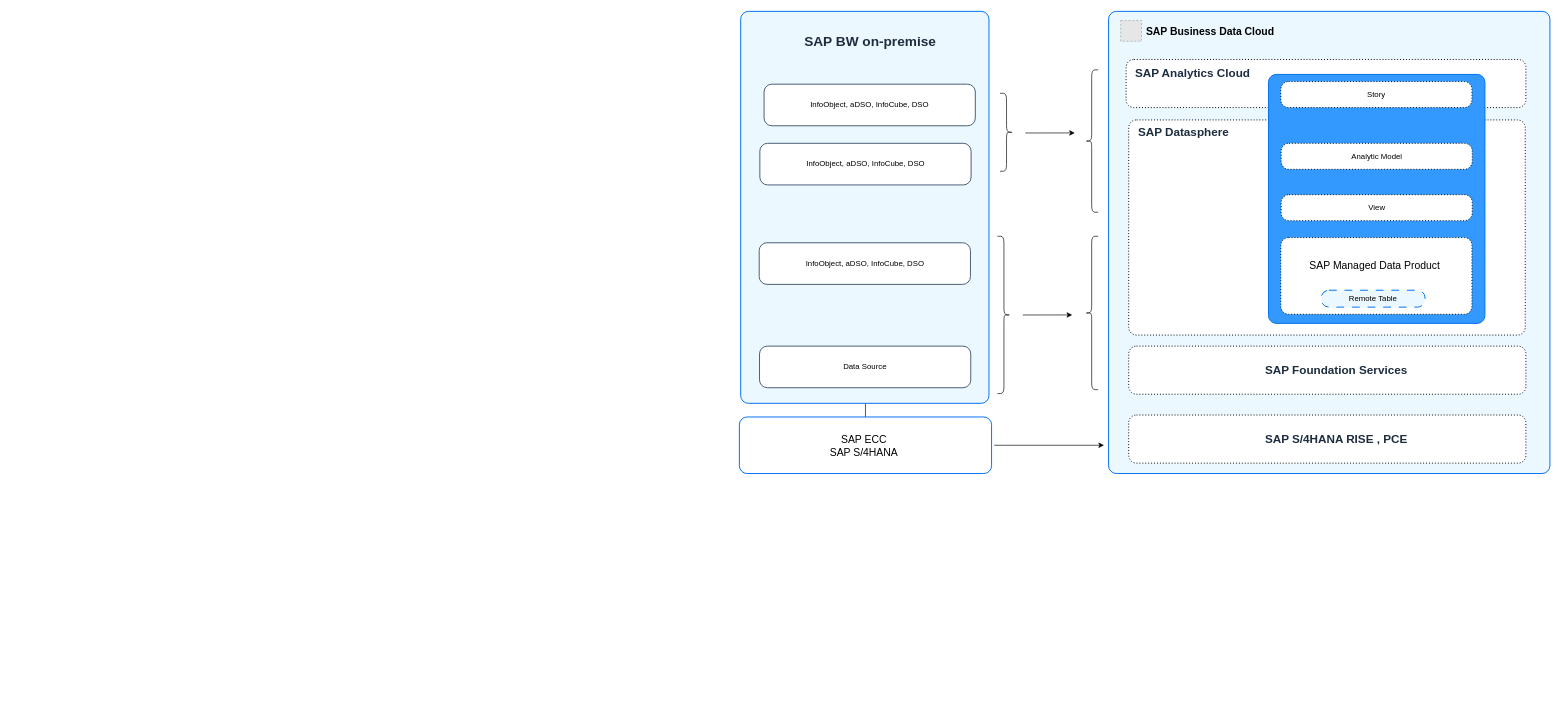
Before: docs/ref-arch/RA0013/4-modernizing-sap-bw-with-sap-bdc/drawio/bw-approach-3.drawio in SAP/architecture-center, a draw.io diagram. Source tidied: cells renumbered, new cells numbered last; positions are measured from the earlier drawing's top-left corner, leaving out a move shared by most shapes. Both pictures are drawn from the tidied source at 65%, with x=0, y=0 at pixel (739, 11). Pictures stored in the file or linked from it are replaced by grey dashed boxes.
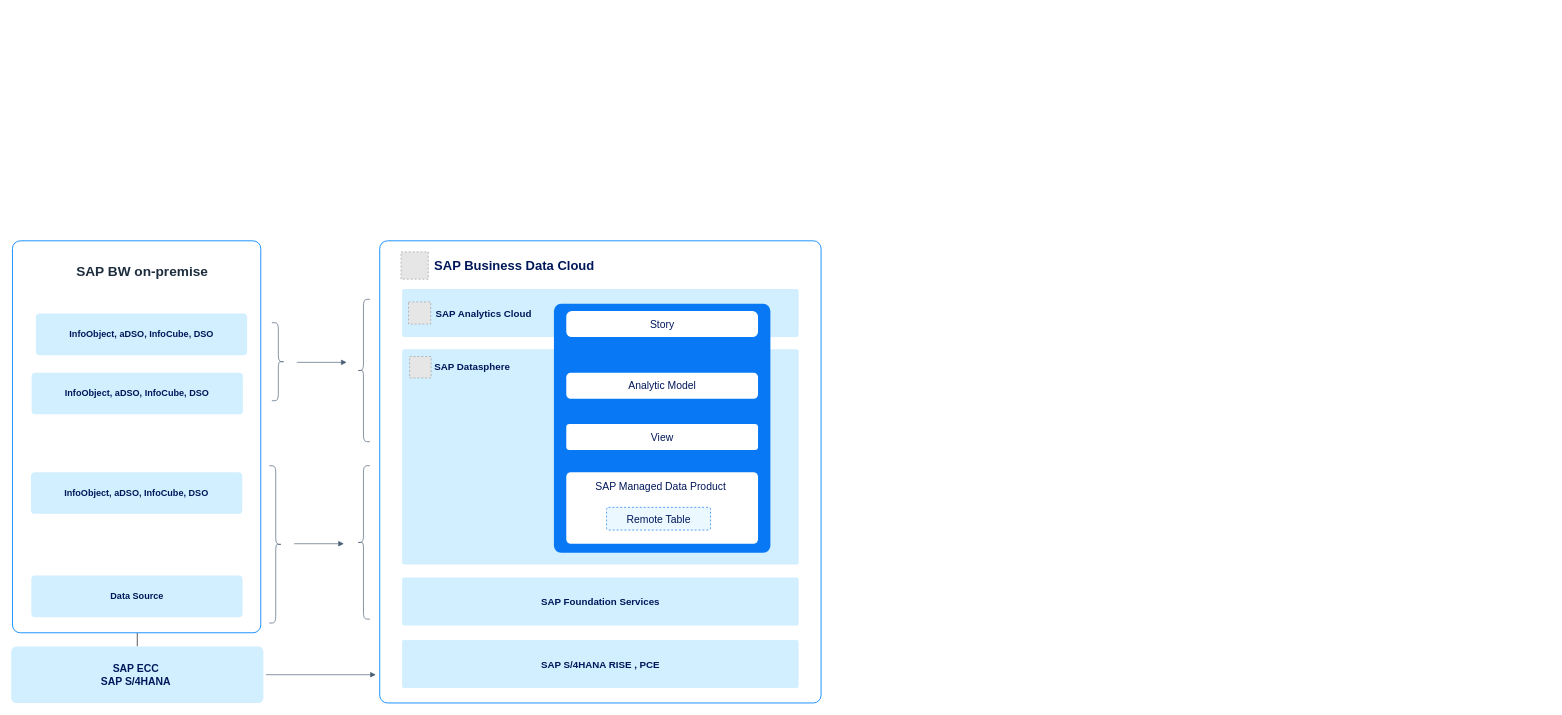
The same diagram, later.

Diff of the diagram source:
```diff
@@
-    <mxCell id="2" style="rounded=1;whiteSpace=wrap;html=1;strokeColor=#0070F2;fillColor=#EBF8FF;arcSize=24;absoluteArcSize=1;imageWidth=64;imageHeight=64;strokeWidth=1.5;" parent="1" vertex="1">
-      <mxGeometry x="568" width="679" height="711" as="geometry" />
+    <mxCell id="2" style="rounded=1;whiteSpace=wrap;html=1;strokeColor=#1B91FF;fillColor=#FFFFFF;arcSize=24;absoluteArcSize=1;imageWidth=64;imageHeight=64;strokeWidth=1.5;" parent="1" vertex="1">
+      <mxGeometry x="-553.3" y="353" width="679" height="711" as="geometry" />
     </mxCell>
@@
-    <mxCell id="4" style="edgeStyle=orthogonalEdgeStyle;rounded=0;orthogonalLoop=1;jettySize=auto;html=1;" parent="1" edge="1">
+    <mxCell id="4" style="edgeStyle=orthogonalEdgeStyle;rounded=0;orthogonalLoop=1;jettySize=auto;html=1;strokeColor=light-dark(#475E74,#EDEDED);strokeWidth=1;align=center;verticalAlign=middle;fontFamily=Helvetica;fontSize=11;fontColor=default;labelBackgroundColor=default;startFill=0;endArrow=block;endFill=1;" parent="1" edge="1">
       <mxGeometry relative="1" as="geometry">
-        <mxPoint x="392" y="667.5" as="sourcePoint" />
-        <mxPoint x="561" y="667.5" as="targetPoint" />
+        <mxPoint x="-728.3" y="1020.5" as="sourcePoint" />
+        <mxPoint x="-559.3" y="1020.5" as="targetPoint" />
       </mxGeometry>
     </mxCell>
-    <mxCell id="5" value="&lt;font size=&quot;3&quot;&gt;SAP ECC&amp;nbsp;&lt;/font&gt;&lt;div&gt;&lt;font size=&quot;3&quot;&gt;SAP S/4HANA&amp;nbsp;&lt;/font&gt;&lt;/div&gt;" style="rounded=1;whiteSpace=wrap;html=1;strokeColor=#0070F2;fillColor=#ffffff;arcSize=24;absoluteArcSize=1;imageWidth=64;imageHeight=64;strokeWidth=1.5;" parent="1" vertex="1">
-      <mxGeometry y="624" width="388" height="87" as="geometry" />
+    <mxCell id="5" value="&lt;font size=&quot;3&quot;&gt;SAP ECC&amp;nbsp;&lt;/font&gt;&lt;div&gt;&lt;font size=&quot;3&quot;&gt;SAP S/4HANA&amp;nbsp;&lt;/font&gt;&lt;/div&gt;" style="rounded=1;whiteSpace=wrap;html=1;strokeColor=none;fillColor=#D1EFFF;arcSize=16;absoluteArcSize=1;imageWidth=64;imageHeight=64;strokeWidth=1.5;align=center;verticalAlign=middle;spacingTop=0;spacing=0;fontFamily=Arial;fontSize=13;fontColor=light-dark(#00185A,#C5D9FF);fontStyle=1;gradientColor=none;" parent="1" vertex="1">
+      <mxGeometry x="-1120.3" y="977" width="388" height="87" as="geometry" />
     </mxCell>
-    <mxCell id="6" style="rounded=1;whiteSpace=wrap;html=1;arcSize=24;absoluteArcSize=1;imageWidth=64;imageHeight=64;strokeWidth=1.5;dashed=1;dashPattern=1 2;" parent="1" vertex="1">
-      <mxGeometry x="595" y="74" width="615" height="74" as="geometry" />
+    <mxCell id="6" style="rounded=1;whiteSpace=wrap;html=1;arcSize=6;absoluteArcSize=1;imageWidth=64;imageHeight=64;strokeWidth=1.5;dashed=1;dashPattern=1 2;align=center;verticalAlign=top;spacingTop=0;spacing=0;fontFamily=Arial;fontSize=13;fontColor=#00185A;fontStyle=1;fillColor=#D1EFFF;gradientColor=none;strokeColor=none;" parent="1" vertex="1">
+      <mxGeometry x="-518.8" y="427" width="610" height="74" as="geometry" />
     </mxCell>
-    <mxCell id="7" value="&lt;font face=&quot;arial&quot; style=&quot;font-size: 18px;&quot;&gt;&lt;b style=&quot;&quot;&gt;SAP Analytics Cloud&lt;/b&gt;&lt;/font&gt;" style="text;html=1;align=center;verticalAlign=middle;strokeColor=none;fillColor=none;fontSize=12;fontColor=#1D2D3E;fontFamily=Helvetica;" parent="1" vertex="1">
-      <mxGeometry x="599" y="78" width="195" height="34" as="geometry" />
-    </mxCell>
-    <mxCell id="8" style="rounded=1;whiteSpace=wrap;html=1;arcSize=24;absoluteArcSize=1;imageWidth=64;imageHeight=64;strokeWidth=1.5;dashed=1;dashPattern=1 2;" parent="1" vertex="1">
-      <mxGeometry x="599" y="167" width="610" height="331" as="geometry" />
+    <mxCell id="8" style="rounded=1;whiteSpace=wrap;html=1;arcSize=6;absoluteArcSize=1;imageWidth=64;imageHeight=64;strokeWidth=1.5;dashed=1;dashPattern=1 2;align=center;verticalAlign=top;spacingTop=0;spacing=0;fontFamily=Arial;fontSize=13;fontColor=#00185A;fontStyle=1;fillColor=#D1EFFF;gradientColor=none;strokeColor=none;" parent="1" vertex="1">
+      <mxGeometry x="-518.8" y="520" width="610" height="331" as="geometry" />
     </mxCell>
-    <mxCell id="9" value="&lt;font face=&quot;arial&quot; style=&quot;font-size: 18px;&quot;&gt;&lt;b style=&quot;&quot;&gt;SAP Datasphere&lt;/b&gt;&lt;/font&gt;" style="text;html=1;align=center;verticalAlign=middle;strokeColor=none;fillColor=none;fontSize=12;fontColor=#1D2D3E;fontFamily=Helvetica;" parent="1" vertex="1">
-      <mxGeometry x="604" y="169" width="158" height="34" as="geometry" />
-    </mxCell>
-    <mxCell id="10" style="rounded=1;whiteSpace=wrap;html=1;arcSize=24;absoluteArcSize=1;imageWidth=64;imageHeight=64;strokeWidth=1.5;dashed=1;dashPattern=1 2;" parent="1" vertex="1">
-      <mxGeometry x="599" y="515" width="611" height="74" as="geometry" />
+    <mxCell id="10" style="rounded=1;whiteSpace=wrap;html=1;arcSize=6;absoluteArcSize=1;imageWidth=64;imageHeight=64;strokeWidth=1.5;dashed=1;dashPattern=1 2;align=center;verticalAlign=top;spacingTop=0;spacing=0;fontFamily=Arial;fontSize=13;fontColor=#00185A;fontStyle=1;fillColor=#D1EFFF;gradientColor=none;strokeColor=none;" parent="1" vertex="1">
+      <mxGeometry x="-518.8" y="871" width="610" height="74" as="geometry" />
     </mxCell>
-    <mxCell id="11" style="rounded=1;whiteSpace=wrap;html=1;arcSize=24;absoluteArcSize=1;imageWidth=64;imageHeight=64;strokeWidth=1.5;dashed=1;dashPattern=1 2;" parent="1" vertex="1">
-      <mxGeometry x="599" y="621" width="611" height="74" as="geometry" />
+    <mxCell id="11" style="rounded=1;whiteSpace=wrap;html=1;arcSize=6;absoluteArcSize=1;imageWidth=64;imageHeight=64;strokeWidth=1.5;dashed=1;dashPattern=1 2;align=center;verticalAlign=top;spacingTop=0;spacing=0;fontFamily=Arial;fontSize=13;fontColor=#00185A;fontStyle=1;fillColor=#D1EFFF;gradientColor=none;strokeColor=none;" parent="1" vertex="1">
+      <mxGeometry x="-518.8" y="967" width="610" height="74" as="geometry" />
     </mxCell>
-    <mxCell id="12" value="&lt;font face=&quot;arial&quot; style=&quot;font-size: 18px;&quot;&gt;&lt;b style=&quot;&quot;&gt;SAP Foundation Services&lt;/b&gt;&lt;/font&gt;" style="text;html=1;align=center;verticalAlign=middle;strokeColor=none;fillColor=none;fontSize=12;fontColor=#1D2D3E;fontFamily=Helvetica;" parent="1" vertex="1">
-      <mxGeometry x="799" y="535" width="237" height="34" as="geometry" />
+    <mxCell id="12" value="&lt;font face=&quot;arial&quot;&gt;&lt;b&gt;SAP Foundation Services&lt;/b&gt;&lt;/font&gt;" style="text;html=1;align=center;verticalAlign=middle;strokeColor=none;fillColor=none;fontSize=15;fontColor=light-dark(#00185A,#C5D9FF);fontFamily=Helvetica;" parent="1" vertex="1">
+      <mxGeometry x="-313.8" y="893" width="200" height="30" as="geometry" />
     </mxCell>
-    <mxCell id="13" value="&lt;font face=&quot;arial&quot; style=&quot;font-size: 18px;&quot;&gt;&lt;b style=&quot;&quot;&gt;SAP S/4HANA RISE , PCE&lt;/b&gt;&lt;/font&gt;" style="text;html=1;align=center;verticalAlign=middle;strokeColor=none;fillColor=none;fontSize=12;fontColor=#1D2D3E;fontFamily=Helvetica;" parent="1" vertex="1">
-      <mxGeometry x="799" y="641" width="237" height="34" as="geometry" />
+    <mxCell id="13" value="&lt;font face=&quot;arial&quot;&gt;&lt;b&gt;SAP S/4HANA RISE , PCE&lt;/b&gt;&lt;/font&gt;" style="text;html=1;align=center;verticalAlign=middle;strokeColor=none;fillColor=none;fontSize=15;fontColor=light-dark(#00185A,#C5D9FF);fontFamily=Helvetica;" parent="1" vertex="1">
+      <mxGeometry x="-314.3" y="989" width="201" height="30" as="geometry" />
     </mxCell>
-    <mxCell id="14" style="rounded=1;whiteSpace=wrap;html=1;strokeColor=#0070F2;fillColor=#3399FF;arcSize=24;absoluteArcSize=1;imageWidth=64;imageHeight=64;strokeWidth=1.5;" parent="1" vertex="1">
-      <mxGeometry x="814" y="97" width="333" height="383" as="geometry" />
+    <mxCell id="14" style="rounded=1;whiteSpace=wrap;html=1;strokeColor=none;fillColor=light-dark(#0878f5, #0d3c56);arcSize=22;absoluteArcSize=1;imageWidth=64;imageHeight=64;strokeWidth=1.5;align=center;verticalAlign=middle;spacingLeft=13;spacingTop=11;spacing=0;fontFamily=Arial;fontSize=13;fontColor=#FFFFFF;fontStyle=1;gradientColor=none;" parent="1" vertex="1">
+      <mxGeometry x="-285.3" y="450" width="333" height="383" as="geometry" />
     </mxCell>
-    <mxCell id="15" value="&lt;font style=&quot;font-size: 16px;&quot;&gt;SAP Managed Data Product&amp;nbsp;&lt;/font&gt;&lt;div&gt;&lt;font style=&quot;font-size: 13px;&quot;&gt;&lt;br&gt;&lt;/font&gt;&lt;/div&gt;&lt;div&gt;&lt;font style=&quot;font-size: 13px;&quot;&gt;&lt;br&gt;&lt;/font&gt;&lt;/div&gt;" style="rounded=1;whiteSpace=wrap;html=1;arcSize=24;absoluteArcSize=1;imageWidth=64;imageHeight=64;strokeWidth=1.5;dashed=1;dashPattern=1 2;" parent="1" vertex="1">
-      <mxGeometry x="833" y="348" width="294" height="118" as="geometry" />
+    <mxCell id="15" value="&lt;font style=&quot;font-size: 16px;&quot;&gt;SAP Managed Data Product&amp;nbsp;&lt;/font&gt;&lt;div&gt;&lt;font style=&quot;font-size: 13px;&quot;&gt;&lt;br&gt;&lt;/font&gt;&lt;/div&gt;&lt;div&gt;&lt;font style=&quot;font-size: 13px;&quot;&gt;&lt;br&gt;&lt;/font&gt;&lt;/div&gt;" style="rounded=1;whiteSpace=wrap;html=1;arcSize=14;absoluteArcSize=1;imageWidth=64;imageHeight=64;strokeWidth=1.5;dashed=1;dashPattern=1 2;strokeColor=none;verticalAlign=top;spacingTop=6;fontColor=light-dark(#00185A,#C5D9FF);" parent="1" vertex="1">
+      <mxGeometry x="-266.3" y="709" width="295" height="110" as="geometry" />
     </mxCell>
-    <mxCell id="16" value="Remote Table" style="rounded=1;whiteSpace=wrap;html=1;strokeColor=#0070F2;fillColor=#EBF8FF;arcSize=24;absoluteArcSize=1;imageWidth=64;imageHeight=64;strokeWidth=1.5;dashed=1;dashPattern=8 8;" parent="1" vertex="1">
-      <mxGeometry x="895" y="429" width="160" height="26" as="geometry" />
+    <mxCell id="16" value="Remote Table" style="rounded=1;whiteSpace=wrap;html=1;strokeColor=#0070F2;fillColor=#EBF8FF;arcSize=6;absoluteArcSize=1;imageWidth=64;imageHeight=64;strokeWidth=1;dashed=1;fontColor=light-dark(#00185A,#C5D9FF);fontSize=16;" parent="1" vertex="1">
+      <mxGeometry x="-204.3" y="763" width="160" height="35" as="geometry" />
     </mxCell>
-    <mxCell id="17" value="&lt;div&gt;View&lt;/div&gt;" style="rounded=1;whiteSpace=wrap;html=1;arcSize=24;absoluteArcSize=1;imageWidth=64;imageHeight=64;strokeWidth=1.5;dashed=1;dashPattern=1 2;" parent="1" vertex="1">
-      <mxGeometry x="833.5" y="282" width="294" height="40" as="geometry" />
+    <mxCell id="17" value="&lt;div&gt;View&lt;/div&gt;" style="rounded=1;whiteSpace=wrap;html=1;arcSize=10;absoluteArcSize=1;imageWidth=64;imageHeight=64;strokeWidth=1.5;dashed=1;dashPattern=1 2;strokeColor=none;fontSize=16;fontColor=light-dark(#00185A,#C5D9FF);" parent="1" vertex="1">
+      <mxGeometry x="-266.3" y="635" width="295" height="40" as="geometry" />
     </mxCell>
-    <mxCell id="18" value="&lt;div&gt;Analytic Model&lt;/div&gt;" style="rounded=1;whiteSpace=wrap;html=1;arcSize=24;absoluteArcSize=1;imageWidth=64;imageHeight=64;strokeWidth=1.5;dashed=1;dashPattern=1 2;" parent="1" vertex="1">
-      <mxGeometry x="833.5" y="203" width="294" height="40" as="geometry" />
+    <mxCell id="18" value="&lt;div&gt;Analytic Model&lt;/div&gt;" style="rounded=1;whiteSpace=wrap;html=1;arcSize=14;absoluteArcSize=1;imageWidth=64;imageHeight=64;strokeWidth=1.5;dashed=1;dashPattern=1 2;strokeColor=none;fontSize=16;fontColor=light-dark(#00185A,#C5D9FF);" parent="1" vertex="1">
+      <mxGeometry x="-266.3" y="556" width="295" height="40" as="geometry" />
     </mxCell>
-    <mxCell id="19" value="&lt;div&gt;Story&lt;/div&gt;" style="rounded=1;whiteSpace=wrap;html=1;arcSize=24;absoluteArcSize=1;imageWidth=64;imageHeight=64;strokeWidth=1.5;dashed=1;dashPattern=1 2;" parent="1" vertex="1">
-      <mxGeometry x="833" y="108" width="294" height="40" as="geometry" />
+    <mxCell id="19" value="&lt;div&gt;Story&lt;/div&gt;" style="rounded=1;whiteSpace=wrap;html=1;arcSize=17;absoluteArcSize=1;imageWidth=64;imageHeight=64;strokeWidth=1.5;dashed=1;dashPattern=1 2;strokeColor=none;fontSize=16;fontColor=light-dark(#00185A,#C5D9FF);" parent="1" vertex="1">
+      <mxGeometry x="-266.3" y="461" width="295" height="40" as="geometry" />
     </mxCell>
-    <mxCell id="20" style="rounded=1;whiteSpace=wrap;html=1;strokeColor=#0070F2;fillColor=#EBF8FF;arcSize=24;absoluteArcSize=1;imageWidth=64;imageHeight=64;strokeWidth=1.5;" parent="1" vertex="1">
-      <mxGeometry x="2" width="382" height="603" as="geometry" />
+    <mxCell id="20" style="rounded=1;whiteSpace=wrap;html=1;strokeColor=#1B91FF;fillColor=#FFFFFF;arcSize=24;absoluteArcSize=1;imageWidth=64;imageHeight=64;strokeWidth=1.5;" parent="1" vertex="1">
+      <mxGeometry x="-1118.3" y="353" width="382" height="603" as="geometry" />
     </mxCell>
-    <mxCell id="21" value="Data Source" style="rounded=1;whiteSpace=wrap;html=1;strokeColor=#475E75;fillColor=#ffffff;arcSize=24;absoluteArcSize=1;imageWidth=64;imageHeight=64;strokeWidth=1.5;" parent="1" vertex="1">
-      <mxGeometry x="31" y="515" width="325" height="64" as="geometry" />
+    <mxCell id="21" value="Data Source" style="rounded=1;whiteSpace=wrap;html=1;strokeColor=none;fillColor=#D1EFFF;arcSize=12;absoluteArcSize=1;imageWidth=64;imageHeight=64;strokeWidth=1.5;align=center;verticalAlign=middle;fontFamily=Helvetica;fontSize=14;fontColor=light-dark(#00185A,#C5D9FF);fontStyle=1;gradientColor=none;gradientDirection=south;" parent="1" vertex="1">
+      <mxGeometry x="-1089.3" y="868" width="325" height="64" as="geometry" />
     </mxCell>
-    <mxCell id="22" value="InfoObject, aDSO, InfoCube, DSO" style="rounded=1;whiteSpace=wrap;html=1;strokeColor=#475E75;fillColor=#ffffff;arcSize=24;absoluteArcSize=1;imageWidth=64;imageHeight=64;strokeWidth=1.5;" parent="1" vertex="1">
-      <mxGeometry x="30.5" y="356" width="325" height="64" as="geometry" />
+    <mxCell id="22" value="InfoObject, aDSO, InfoCube, DSO" style="rounded=1;whiteSpace=wrap;html=1;strokeColor=none;fillColor=#D1EFFF;arcSize=12;absoluteArcSize=1;imageWidth=64;imageHeight=64;strokeWidth=1.5;align=center;verticalAlign=middle;fontFamily=Helvetica;fontSize=14;fontColor=light-dark(#00185A,#C5D9FF);fontStyle=1;gradientColor=none;gradientDirection=south;" parent="1" vertex="1">
+      <mxGeometry x="-1089.8" y="709" width="325" height="64" as="geometry" />
     </mxCell>
-    <mxCell id="23" style="edgeStyle=orthogonalEdgeStyle;rounded=0;orthogonalLoop=1;jettySize=auto;html=1;" parent="1" edge="1">
-      <mxGeometry relative="1" as="geometry">
-        <mxPoint x="436" y="467.1" as="sourcePoint" />
-        <mxPoint x="512.1" y="467" as="targetPoint" />
-        <Array as="points">
-          <mxPoint x="505" y="467" />
-          <mxPoint x="512" y="468" />
-        </Array>
-      </mxGeometry>
-    </mxCell>
-    <mxCell id="24" style="shape=curlyBracket;whiteSpace=wrap;html=1;rounded=1;flipH=1;labelPosition=right;verticalLabelPosition=middle;align=left;verticalAlign=middle;" parent="1" vertex="1">
-      <mxGeometry x="397" y="346" width="20" height="242" as="geometry" />
+    <mxCell id="24" style="shape=curlyBracket;whiteSpace=wrap;html=1;rounded=1;flipH=1;labelPosition=right;verticalLabelPosition=middle;align=left;verticalAlign=middle;strokeColor=#475E74;" parent="1" vertex="1">
+      <mxGeometry x="-723.3" y="699" width="20" height="242" as="geometry" />
     </mxCell>
-    <mxCell id="25" style="shape=curlyBracket;whiteSpace=wrap;html=1;rounded=1;labelPosition=left;verticalLabelPosition=middle;align=right;verticalAlign=middle;" parent="1" vertex="1">
-      <mxGeometry x="532" y="346" width="20" height="236" as="geometry" />
+    <mxCell id="25" style="shape=curlyBracket;whiteSpace=wrap;html=1;rounded=1;labelPosition=left;verticalLabelPosition=middle;align=right;verticalAlign=middle;strokeColor=#475E74;" parent="1" vertex="1">
+      <mxGeometry x="-588.3" y="699" width="20" height="236" as="geometry" />
     </mxCell>
-    <mxCell id="26" value="InfoObject, aDSO, InfoCube, DSO" style="rounded=1;whiteSpace=wrap;html=1;strokeColor=#475E75;fillColor=#ffffff;arcSize=24;absoluteArcSize=1;imageWidth=64;imageHeight=64;strokeWidth=1.5;" parent="1" vertex="1">
-      <mxGeometry x="31.5" y="203" width="325" height="64" as="geometry" />
+    <mxCell id="26" value="InfoObject, aDSO, InfoCube, DSO" style="rounded=1;whiteSpace=wrap;html=1;strokeColor=none;fillColor=#D1EFFF;arcSize=12;absoluteArcSize=1;imageWidth=64;imageHeight=64;strokeWidth=1.5;align=center;verticalAlign=middle;fontFamily=Helvetica;fontSize=14;fontColor=light-dark(#00185A,#C5D9FF);fontStyle=1;gradientColor=none;gradientDirection=south;" parent="1" vertex="1">
+      <mxGeometry x="-1088.8" y="556" width="325" height="64" as="geometry" />
     </mxCell>
-    <mxCell id="27" value="InfoObject, aDSO, InfoCube, DSO" style="rounded=1;whiteSpace=wrap;html=1;strokeColor=#475E75;fillColor=#ffffff;arcSize=24;absoluteArcSize=1;imageWidth=64;imageHeight=64;strokeWidth=1.5;" parent="1" vertex="1">
-      <mxGeometry x="38" y="112" width="325" height="64" as="geometry" />
+    <mxCell id="27" value="InfoObject, aDSO, InfoCube, DSO" style="rounded=1;whiteSpace=wrap;html=1;strokeColor=none;fillColor=#D1EFFF;arcSize=12;absoluteArcSize=1;imageWidth=64;imageHeight=64;strokeWidth=1.5;align=center;verticalAlign=middle;fontFamily=Helvetica;fontSize=14;fontColor=light-dark(#00185A,#C5D9FF);fontStyle=1;gradientColor=none;gradientDirection=south;" parent="1" vertex="1">
+      <mxGeometry x="-1082.3" y="465" width="325" height="64" as="geometry" />
     </mxCell>
     <mxCell id="28" value="&lt;font face=&quot;arial&quot; style=&quot;font-size: 21px;&quot;&gt;&lt;b style=&quot;&quot;&gt;SAP BW on-premise&lt;/b&gt;&lt;/font&gt;" style="text;html=1;align=center;verticalAlign=middle;strokeColor=none;fillColor=none;fontSize=12;fontColor=#1D2D3E;fontFamily=Helvetica;" parent="1" vertex="1">
-      <mxGeometry x="90.5" y="27" width="221" height="37" as="geometry" />
+      <mxGeometry x="-1029.8" y="380" width="221" height="37" as="geometry" />
     </mxCell>
-    <mxCell id="29" style="shape=curlyBracket;whiteSpace=wrap;html=1;rounded=1;flipH=1;labelPosition=right;verticalLabelPosition=middle;align=left;verticalAlign=middle;" parent="1" vertex="1">
-      <mxGeometry x="401" y="126" width="20" height="120" as="geometry" />
+    <mxCell id="29" style="shape=curlyBracket;whiteSpace=wrap;html=1;rounded=1;flipH=1;labelPosition=right;verticalLabelPosition=middle;align=left;verticalAlign=middle;strokeColor=#475E74;" parent="1" vertex="1">
+      <mxGeometry x="-719.3" y="479" width="20" height="120" as="geometry" />
     </mxCell>
-    <mxCell id="30" style="shape=curlyBracket;whiteSpace=wrap;html=1;rounded=1;labelPosition=left;verticalLabelPosition=middle;align=right;verticalAlign=middle;" parent="1" vertex="1">
-      <mxGeometry x="532" y="90" width="20" height="219" as="geometry" />
+    <mxCell id="30" style="shape=curlyBracket;whiteSpace=wrap;html=1;rounded=1;labelPosition=left;verticalLabelPosition=middle;align=right;verticalAlign=middle;strokeColor=#475E74;" parent="1" vertex="1">
+      <mxGeometry x="-588.3" y="443" width="20" height="219" as="geometry" />
     </mxCell>
-    <mxCell id="31" style="edgeStyle=orthogonalEdgeStyle;rounded=0;orthogonalLoop=1;jettySize=auto;html=1;" parent="1" edge="1">
+    <mxCell id="31" style="edgeStyle=orthogonalEdgeStyle;rounded=0;orthogonalLoop=1;jettySize=auto;html=1;strokeColor=light-dark(#475E74,#EDEDED);strokeWidth=1;align=center;verticalAlign=middle;fontFamily=Helvetica;fontSize=11;fontColor=default;labelBackgroundColor=default;startFill=0;endArrow=block;endFill=1;" parent="1" edge="1">
       <mxGeometry relative="1" as="geometry">
-        <mxPoint x="440" y="187.1" as="sourcePoint" />
-        <mxPoint x="516.1" y="187" as="targetPoint" />
+        <mxPoint x="-681" y="540" as="sourcePoint" />
+        <mxPoint x="-604.2" y="540" as="targetPoint" />
         <Array as="points">
-          <mxPoint x="509" y="187" />
-          <mxPoint x="516" y="188" />
+          <mxPoint x="-680" y="540" />
+          <mxPoint x="-680" y="540" />
         </Array>
       </mxGeometry>
     </mxCell>
     <mxCell id="32" style="group;" parent="1" vertex="1">
-      <mxGeometry x="586.7" y="14" width="246" height="32" as="geometry" />
+      <mxGeometry x="-520.6" y="370" width="295" height="42" as="geometry" />
     </mxCell>
     <mxCell id="33" style="fillColor=#E6E6E6;strokeColor=#999999;dashed=1;verticalLabelPosition=bottom;labelBackgroundColor=default;verticalAlign=top;fontSize=12;fontColor=#1D2D3E;fontStyle=0;" parent="32" vertex="1">
-      <mxGeometry width="32" height="32" as="geometry" />
+      <mxGeometry width="42" height="42" as="geometry" />
     </mxCell>
-    <mxCell id="34" value="&lt;b style=&quot;&quot;&gt;&lt;font style=&quot;font-size: 16px;&quot;&gt;SAP Business Data Cloud&lt;/font&gt;&lt;/b&gt;" style="text;html=1;strokeColor=none;fillColor=none;align=center;verticalAlign=middle;whiteSpace=wrap;rounded=0;fontSize=14;fontColor=#000000;opacity=0;" parent="32" vertex="1">
-      <mxGeometry x="29" y="2" width="217" height="30" as="geometry" />
+    <mxCell id="34" value="&lt;b&gt;&lt;font&gt;SAP Business Data Cloud&lt;/font&gt;&lt;/b&gt;" style="text;html=1;strokeColor=none;fillColor=none;align=center;verticalAlign=middle;whiteSpace=wrap;rounded=0;fontSize=20;fontColor=light-dark(#00185A,#C5D9FF);opacity=0;" parent="32" vertex="1">
+      <mxGeometry x="42" y="5" width="266" height="30" as="geometry" />
     </mxCell>
+    <mxCell id="35" style="edgeStyle=orthogonalEdgeStyle;rounded=0;orthogonalLoop=1;jettySize=auto;html=1;strokeColor=light-dark(#475E74,#EDEDED);strokeWidth=1;align=center;verticalAlign=middle;fontFamily=Helvetica;fontSize=11;fontColor=default;labelBackgroundColor=default;startFill=0;endArrow=block;endFill=1;" parent="1" edge="1">
+      <mxGeometry relative="1" as="geometry">
+        <mxPoint x="-685.1" y="819" as="sourcePoint" />
+        <mxPoint x="-608.4" y="819" as="targetPoint" />
+        <Array as="points">
+          <mxPoint x="-684.1" y="819" />
+          <mxPoint x="-684.1" y="819" />
+        </Array>
+      </mxGeometry>
+    </mxCell>
+    <mxCell id="9" value="&lt;font&gt;&lt;span&gt;&lt;b&gt;SAP Datasphere&lt;/b&gt;&lt;/span&gt;&lt;/font&gt;" style="text;whiteSpace=wrap;html=1;align=left;spacing=0;fontColor=light-dark(#00185A,#C5D9FF);fontSize=15;" parent="1" vertex="1">
+      <mxGeometry x="-469" y="533.9" width="125" height="30.1" as="geometry" />
+    </mxCell>
+    <mxCell id="36" style="fillColor=#E6E6E6;strokeColor=#999999;dashed=1;verticalLabelPosition=bottom;verticalAlign=top;" parent="1" vertex="1">
+      <mxGeometry x="-507.3" y="531" width="33" height="33" as="geometry" />
+    </mxCell>
+    <mxCell id="7" value="&lt;b&gt;SAP Analytics Cloud&lt;/b&gt;" style="text;html=1;strokeColor=none;fillColor=none;align=left;verticalAlign=middle;whiteSpace=wrap;rounded=0;fontSize=15;fontColor=light-dark(#00185A,#C5D9FF);opacity=0;" parent="1" vertex="1">
+      <mxGeometry x="-469" y="449" width="150" height="30" as="geometry" />
+    </mxCell>
+    <mxCell id="37" style="fillColor=#E6E6E6;strokeColor=#999999;dashed=1;verticalLabelPosition=bottom;labelBackgroundColor=default;verticalAlign=top;" parent="1" vertex="1">
+      <mxGeometry x="-509" y="447" width="34.1" height="34.1" as="geometry" />
+    </mxCell>
```
